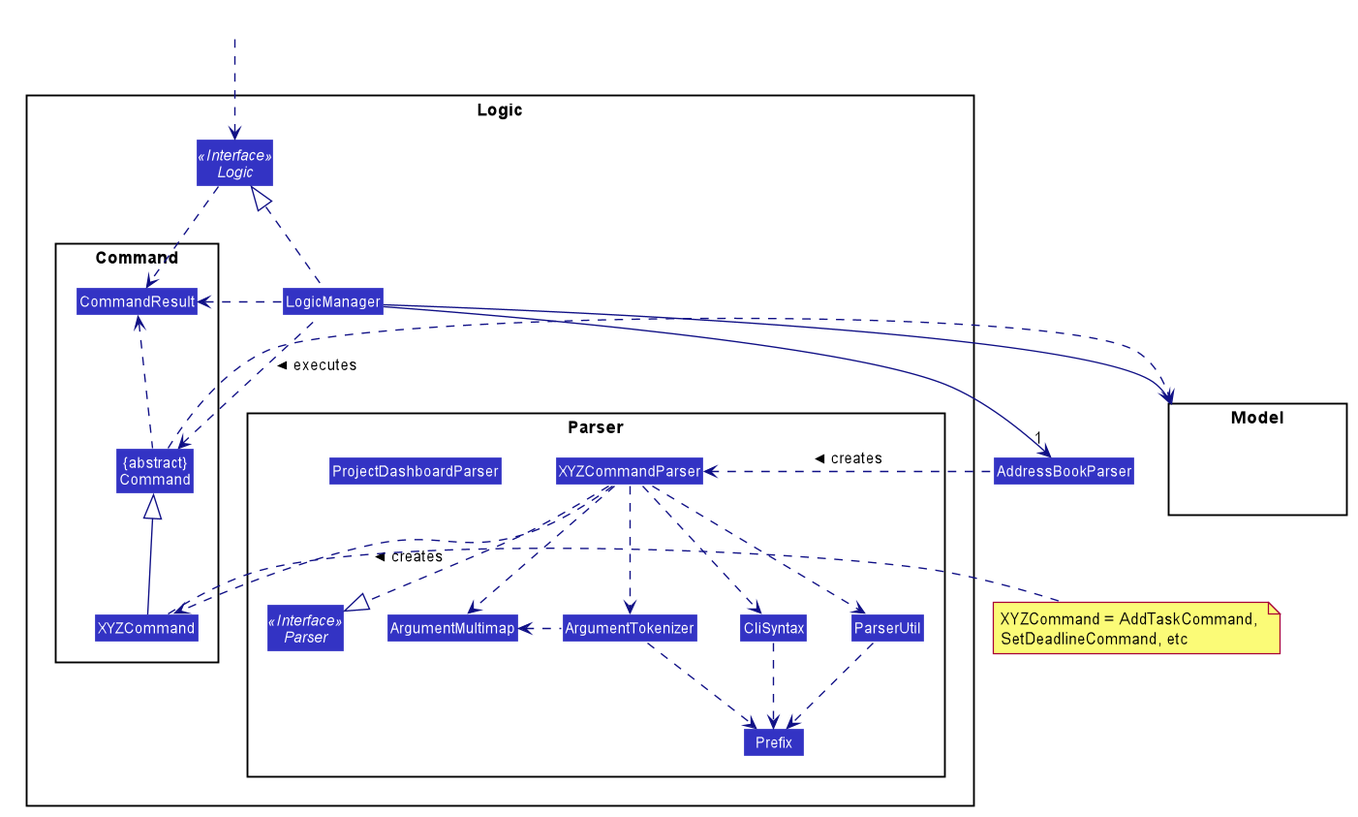
The PlantUML diagram docs/images/LogicClassDiagram.png in nus-cs2103-AY1920S1/addressbook-level3, before a commit.
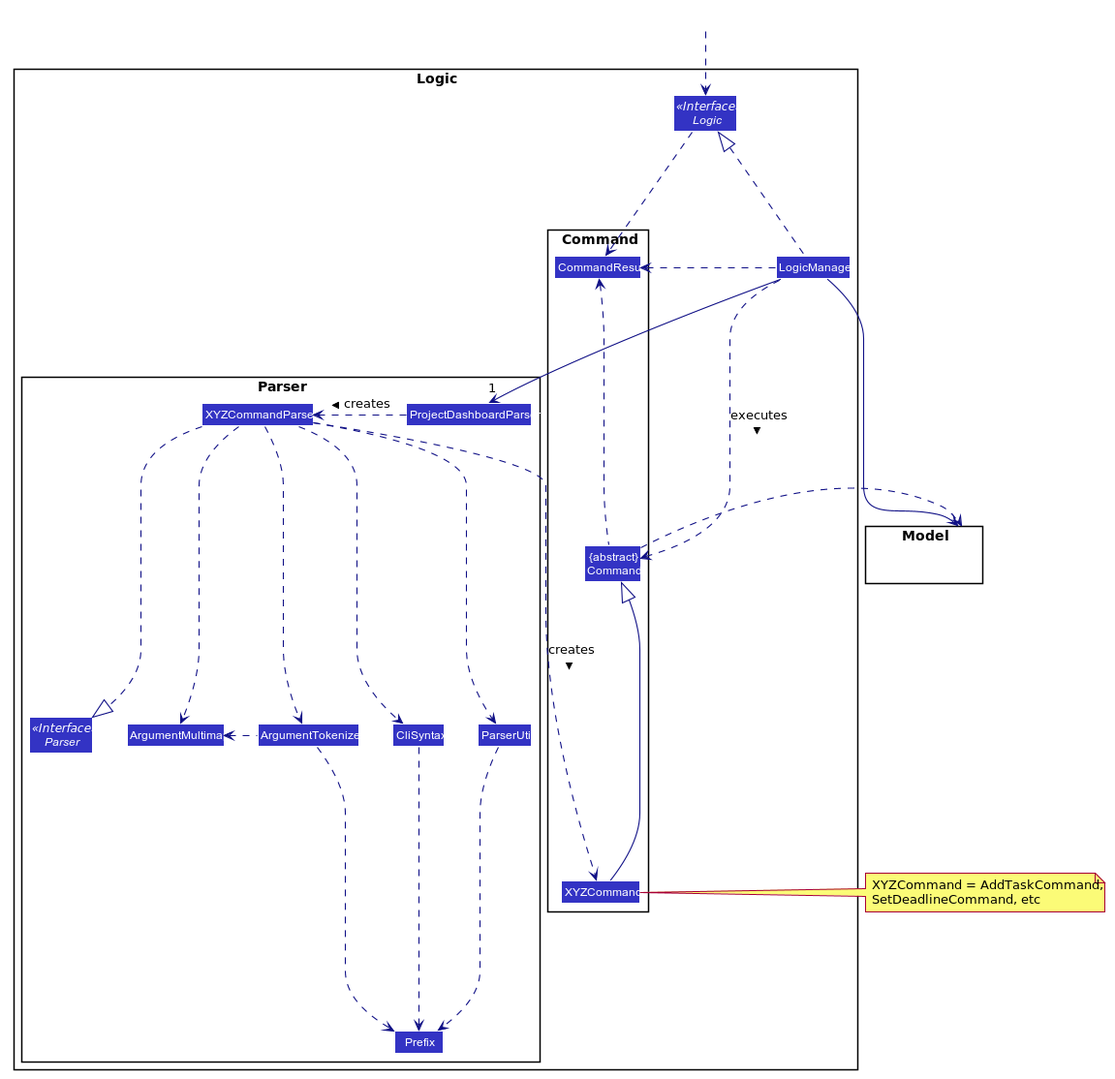
Later version of the same file.

Commit message:
update some class diagrams in DG

The edit, as a diff of the source:
```diff
@@ -1,4 +1,5 @@
 @startuml
+
 
 
 
@@ -82,8 +83,8 @@
 HiddenOutside ..> Logic
 
 LogicManager .up.|> Logic
-LogicManager -->"1" AddressBookParser
-AddressBookParser .left.> XYZCommandParser: creates >
+LogicManager -->"1" ProjectDashboardParser
+ProjectDashboardParser .left.> XYZCommandParser: creates >
 
 XYZCommandParser ..> XYZCommand : creates >
 XYZCommandParser ..|> Parser
```
